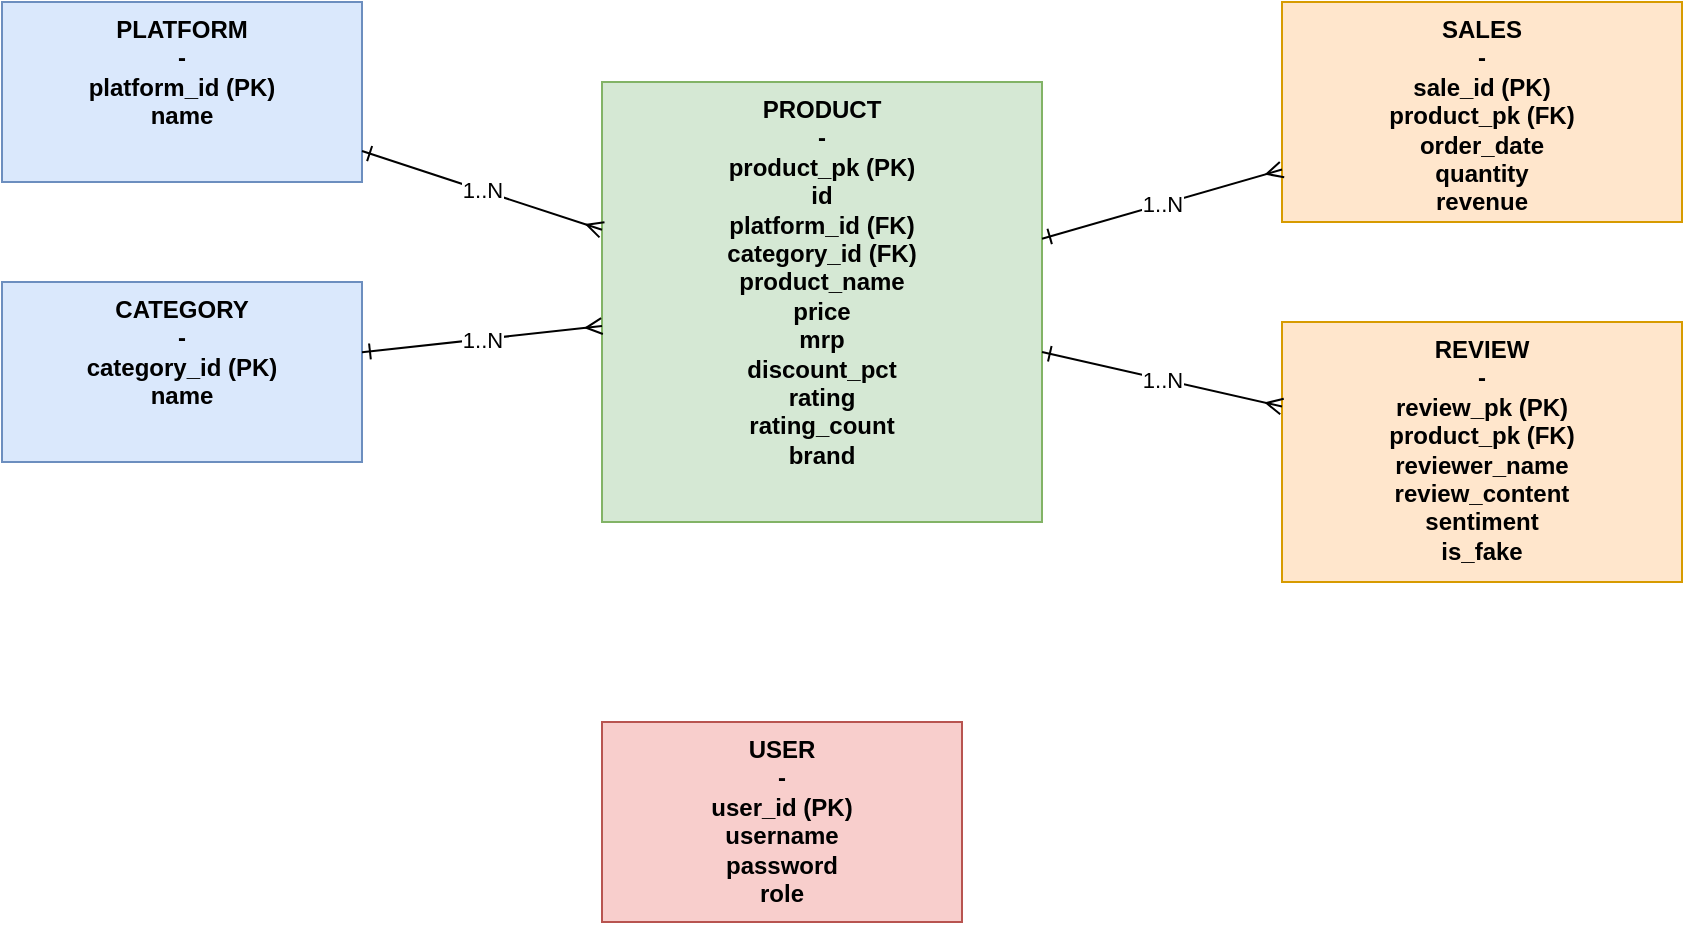
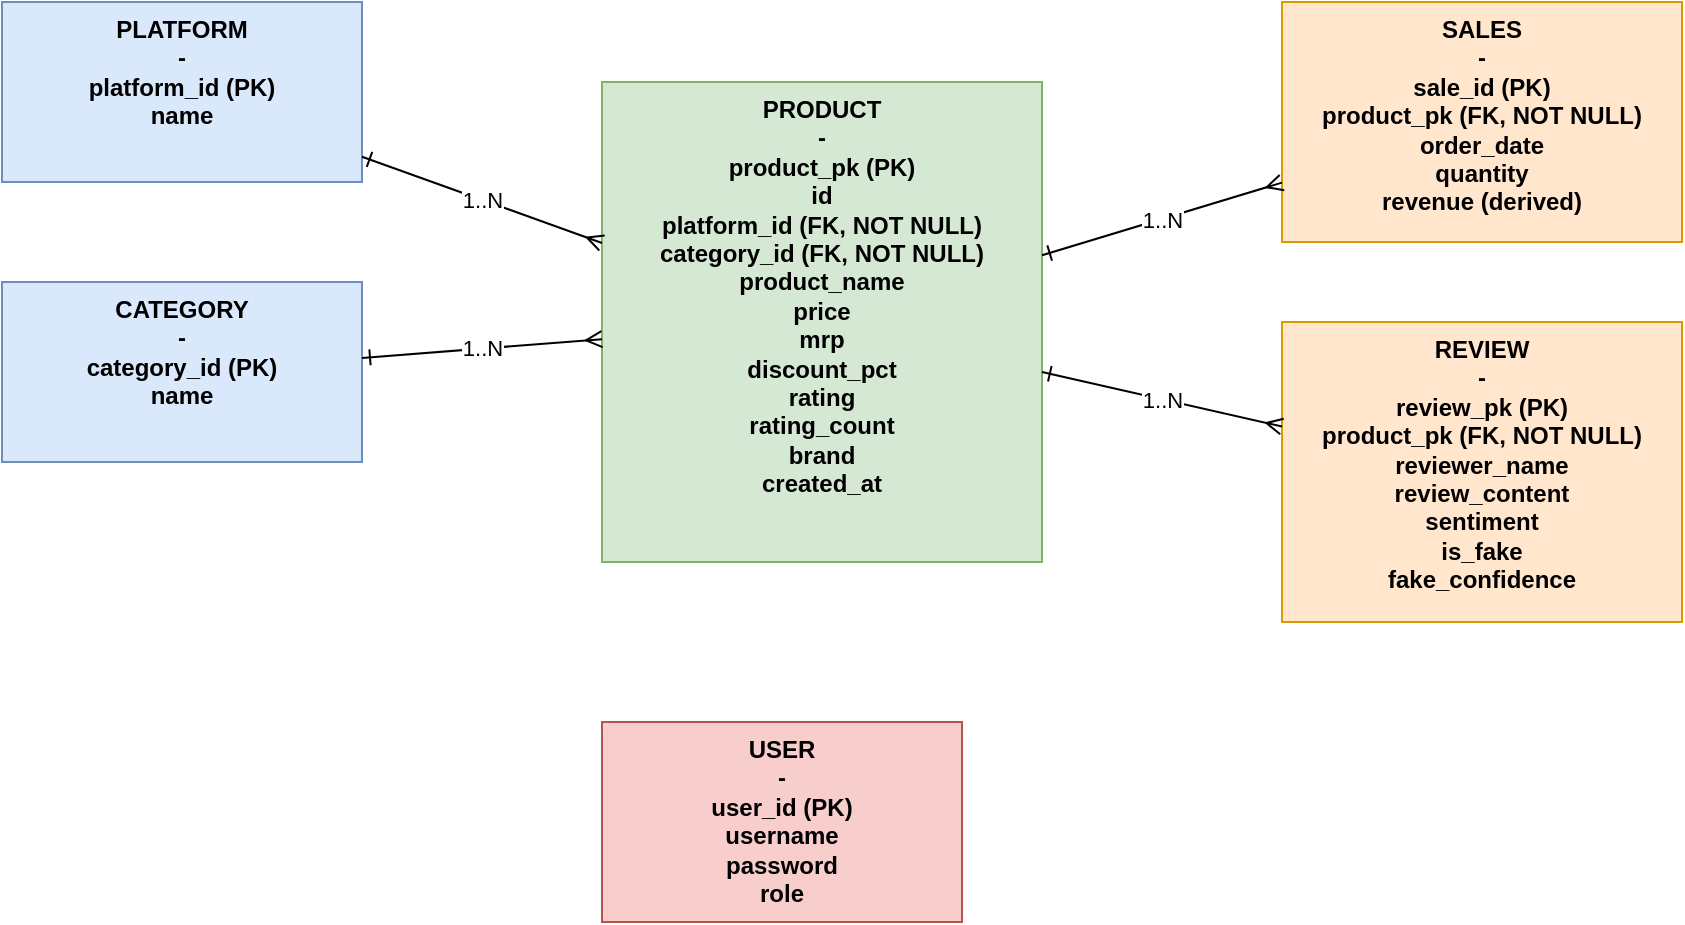
<mxfile host="app.diagrams.net">
  <diagram name="ER Diagram - Sales Analytics">
    <mxGraphModel dx="800" dy="600" grid="1" gridSize="10" guides="1" tooltips="1" connect="1" arrows="1" fold="1" page="1" pageScale="1" pageWidth="1100" pageHeight="850" math="0" shadow="0">
      <root>
        <mxCell id="0" />
        <mxCell id="1" parent="0" />

        <mxCell id="platform" value="PLATFORM&#10;-&#10;platform_id (PK)&#10;name" style="rounded=0;whiteSpace=wrap;html=1;fillColor=#dae8fc;strokeColor=#6c8ebf;align=center;verticalAlign=top;fontStyle=1" vertex="1" parent="1">
          <mxGeometry x="40" y="40" width="180" height="90" as="geometry" />
        </mxCell>

        <mxCell id="category" value="CATEGORY&#10;-&#10;category_id (PK)&#10;name" style="rounded=0;whiteSpace=wrap;html=1;fillColor=#dae8fc;strokeColor=#6c8ebf;align=center;verticalAlign=top;fontStyle=1" vertex="1" parent="1">
          <mxGeometry x="40" y="180" width="180" height="90" as="geometry" />
        </mxCell>

-         <mxCell id="product" value="PRODUCT&#10;-&#10;product_pk (PK)&#10;id&#10;platform_id (FK)&#10;category_id (FK)&#10;product_name&#10;price&#10;mrp&#10;discount_pct&#10;rating&#10;rating_count&#10;brand" style="rounded=0;whiteSpace=wrap;html=1;fillColor=#d5e8d4;strokeColor=#82b366;align=center;verticalAlign=top;fontStyle=1" vertex="1" parent="1">
-           <mxGeometry x="340" y="80" width="220" height="220" as="geometry" />
+         <mxCell id="product" value="PRODUCT&#10;-&#10;product_pk (PK)&#10;id&#10;platform_id (FK, NOT NULL)&#10;category_id (FK, NOT NULL)&#10;product_name&#10;price&#10;mrp&#10;discount_pct&#10;rating&#10;rating_count&#10;brand&#10;created_at" style="rounded=0;whiteSpace=wrap;html=1;fillColor=#d5e8d4;strokeColor=#82b366;align=center;verticalAlign=top;fontStyle=1" vertex="1" parent="1">
+           <mxGeometry x="340" y="80" width="220" height="240" as="geometry" />
        </mxCell>

-         <mxCell id="sales" value="SALES&#10;-&#10;sale_id (PK)&#10;product_pk (FK)&#10;order_date&#10;quantity&#10;revenue" style="rounded=0;whiteSpace=wrap;html=1;fillColor=#ffe6cc;strokeColor=#d79b00;align=center;verticalAlign=top;fontStyle=1" vertex="1" parent="1">
-           <mxGeometry x="680" y="40" width="200" height="110" as="geometry" />
+         <mxCell id="sales" value="SALES&#10;-&#10;sale_id (PK)&#10;product_pk (FK, NOT NULL)&#10;order_date&#10;quantity&#10;revenue (derived)" style="rounded=0;whiteSpace=wrap;html=1;fillColor=#ffe6cc;strokeColor=#d79b00;align=center;verticalAlign=top;fontStyle=1" vertex="1" parent="1">
+           <mxGeometry x="680" y="40" width="200" height="120" as="geometry" />
        </mxCell>

-         <mxCell id="review" value="REVIEW&#10;-&#10;review_pk (PK)&#10;product_pk (FK)&#10;reviewer_name&#10;review_content&#10;sentiment&#10;is_fake" style="rounded=0;whiteSpace=wrap;html=1;fillColor=#ffe6cc;strokeColor=#d79b00;align=center;verticalAlign=top;fontStyle=1" vertex="1" parent="1">
-           <mxGeometry x="680" y="200" width="200" height="130" as="geometry" />
+         <mxCell id="review" value="REVIEW&#10;-&#10;review_pk (PK)&#10;product_pk (FK, NOT NULL)&#10;reviewer_name&#10;review_content&#10;sentiment&#10;is_fake&#10;fake_confidence" style="rounded=0;whiteSpace=wrap;html=1;fillColor=#ffe6cc;strokeColor=#d79b00;align=center;verticalAlign=top;fontStyle=1" vertex="1" parent="1">
+           <mxGeometry x="680" y="200" width="200" height="150" as="geometry" />
        </mxCell>

        <mxCell id="user" value="USER&#10;-&#10;user_id (PK)&#10;username&#10;password&#10;role" style="rounded=0;whiteSpace=wrap;html=1;fillColor=#f8cecc;strokeColor=#b85450;align=center;verticalAlign=top;fontStyle=1" vertex="1" parent="1">
          <mxGeometry x="340" y="400" width="180" height="100" as="geometry" />
        </mxCell>

        <mxCell id="e1" value="1..N" style="endArrow=ERmany;startArrow=ERone;html=1;" edge="1" parent="1" source="platform" target="product">
          <mxGeometry relative="1" as="geometry" />
        </mxCell>
        <mxCell id="e2" value="1..N" style="endArrow=ERmany;startArrow=ERone;html=1;" edge="1" parent="1" source="category" target="product">
          <mxGeometry relative="1" as="geometry" />
        </mxCell>
        <mxCell id="e3" value="1..N" style="endArrow=ERmany;startArrow=ERone;html=1;" edge="1" parent="1" source="product" target="sales">
          <mxGeometry relative="1" as="geometry" />
        </mxCell>
        <mxCell id="e4" value="1..N" style="endArrow=ERmany;startArrow=ERone;html=1;" edge="1" parent="1" source="product" target="review">
          <mxGeometry relative="1" as="geometry" />
        </mxCell>

      </root>
    </mxGraphModel>
  </diagram>
</mxfile>
